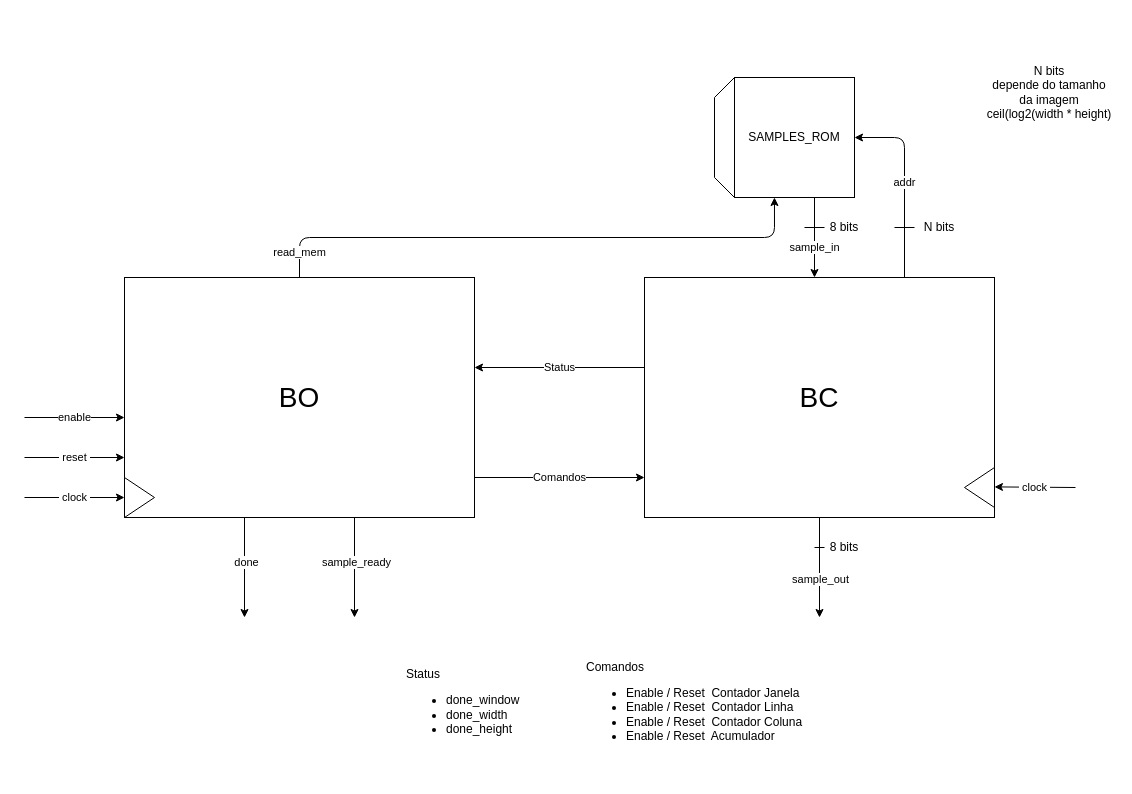
The draw.io diagram diagrams/bo-bc.drawio in nairel-git/convolution_module, before the edit. Source tidied: cells renumbered, new cells numbered last; positions are measured from the earlier drawing's top-left corner, leaving out a move shared by most shapes. Both pictures are drawn from the tidied source at 100%, with x=0, y=0 at pixel (24, 47).
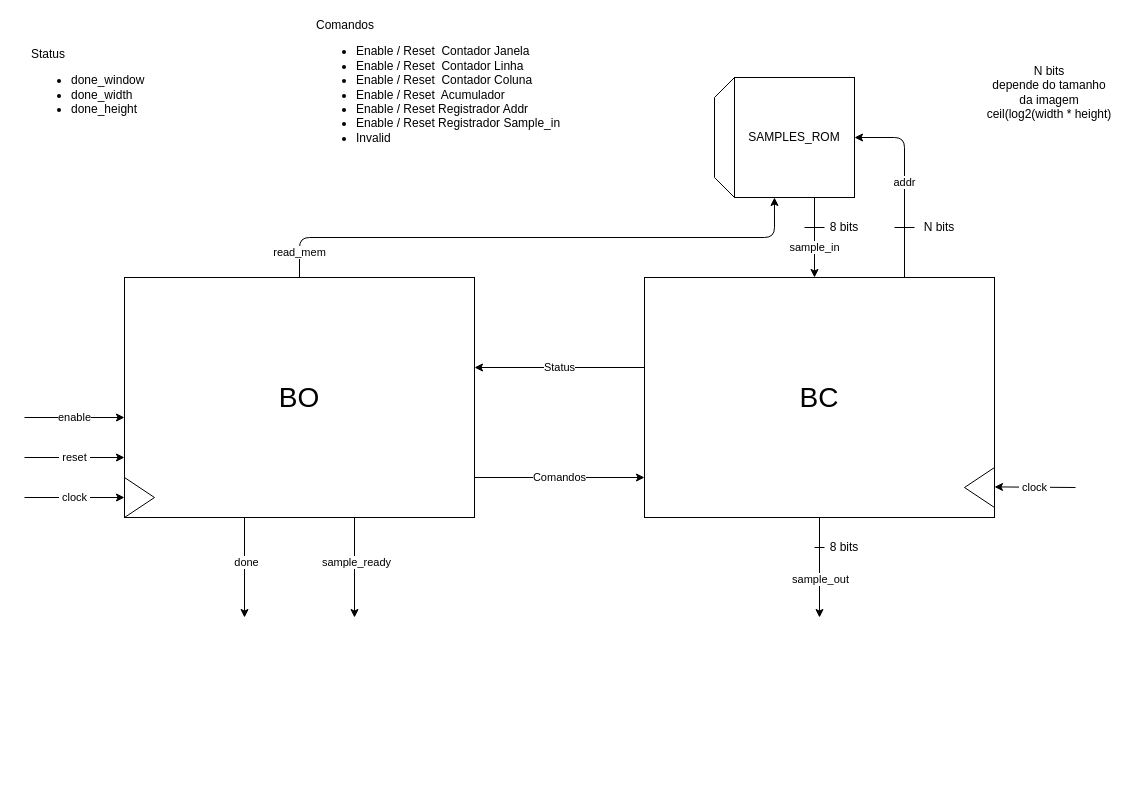
The same diagram, later.

Commit message (it also covers changes not shown here):
novo datapath e sinais de controle para o BC

Change to the diagram source:
```diff
@@
     <mxCell id="29" value="Status&lt;div&gt;&lt;ul&gt;&lt;li&gt;done_window&lt;/li&gt;&lt;li&gt;done_width&lt;/li&gt;&lt;li&gt;done_height&lt;/li&gt;&lt;/ul&gt;&lt;/div&gt;" style="text;html=1;align=left;verticalAlign=middle;whiteSpace=wrap;rounded=0;" parent="1" vertex="1">
-      <mxGeometry x="380" y="590" width="220" height="140" as="geometry" />
+      <mxGeometry x="5" y="-30" width="220" height="140" as="geometry" />
     </mxCell>
-    <mxCell id="30" value="Comandos&lt;div&gt;&lt;ul&gt;&lt;li&gt;Enable / Reset&amp;nbsp; Contador Janela&lt;/li&gt;&lt;li&gt;Enable / Reset&amp;nbsp; Contador Linha&lt;/li&gt;&lt;li&gt;Enable / Reset&amp;nbsp; Contador Coluna&lt;/li&gt;&lt;li&gt;Enable / Reset&amp;nbsp; Acumulador&lt;span style=&quot;white-space: pre;&quot;&gt;&#9;&lt;/span&gt;&lt;/li&gt;&lt;/ul&gt;&lt;/div&gt;" style="text;html=1;align=left;verticalAlign=middle;whiteSpace=wrap;rounded=0;" parent="1" vertex="1">
-      <mxGeometry x="560" y="590" width="220" height="140" as="geometry" />
+    <mxCell id="30" value="Comandos&lt;div&gt;&lt;ul&gt;&lt;li&gt;Enable / Reset&amp;nbsp; Contador Janela&lt;/li&gt;&lt;li&gt;Enable / Reset&amp;nbsp; Contador Linha&lt;/li&gt;&lt;li&gt;Enable / Reset&amp;nbsp; Contador Coluna&lt;/li&gt;&lt;li&gt;Enable / Reset&amp;nbsp; Acumulador&lt;span style=&quot;white-space: pre;&quot;&gt;&#9;&lt;/span&gt;&lt;/li&gt;&lt;li&gt;Enable / Reset Registrador Addr&lt;/li&gt;&lt;li&gt;Enable / Reset Registrador Sample_in&lt;/li&gt;&lt;li&gt;Invalid&lt;/li&gt;&lt;/ul&gt;&lt;/div&gt;" style="text;html=1;align=left;verticalAlign=middle;whiteSpace=wrap;rounded=0;" parent="1" vertex="1">
+      <mxGeometry x="290" y="-30" width="270" height="140" as="geometry" />
     </mxCell>
```
